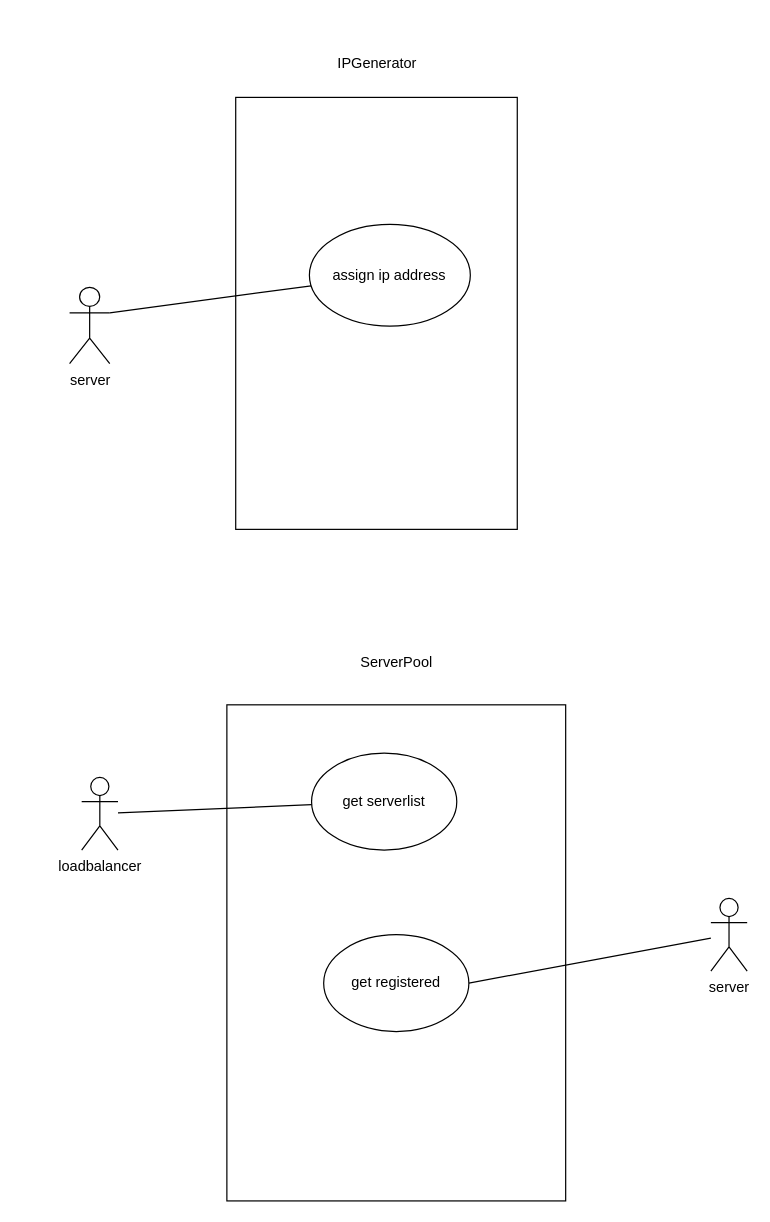
Before: page "initailization-uc" (5 of 7) of pic/logic diagram.drawio in ross39/CS6422-LoadBalancer, a draw.io diagram. Source tidied: cells renumbered, new cells numbered last; positions are measured from the earlier drawing's top-left corner, leaving out a move shared by most shapes. Both pictures are drawn from the tidied source at 121%, with x=0, y=0 at pixel (21, 21).
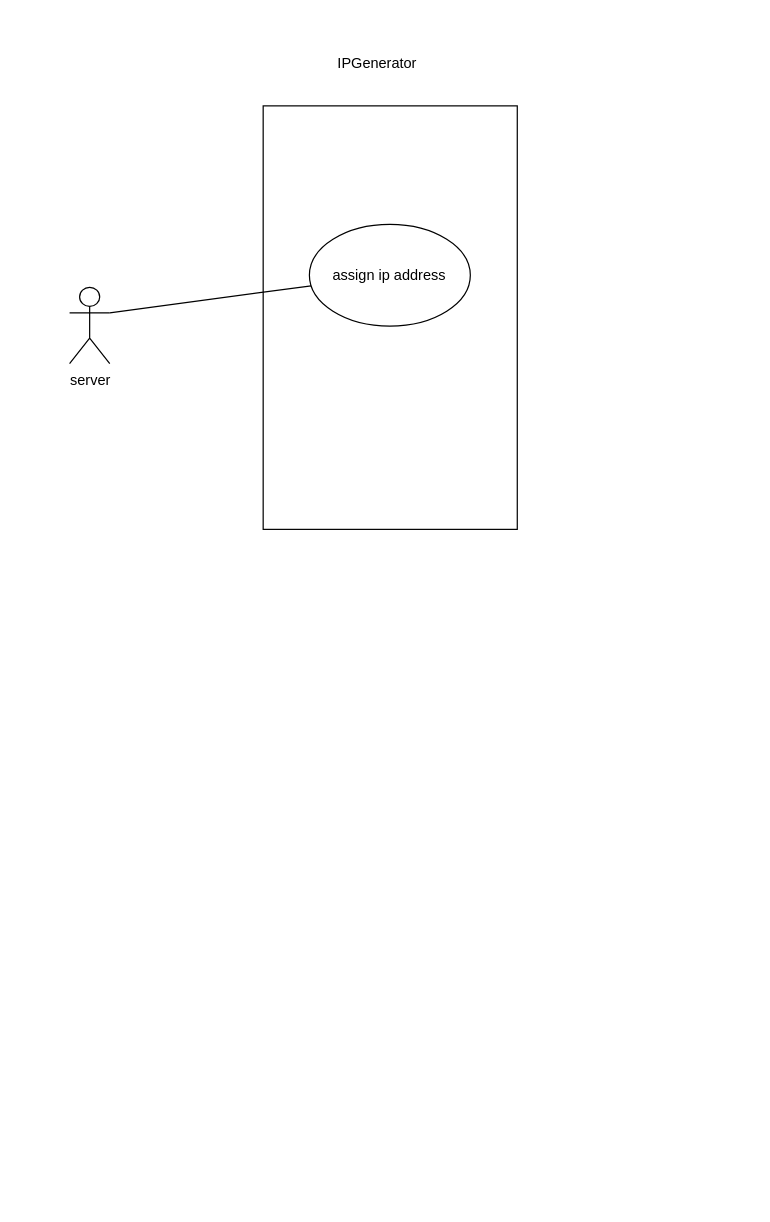
The same diagram, later.

The edit, as a diff of the source:
```diff
@@
 <mxGraphModel>
   <root>
     <mxCell id="0" />
     <mxCell id="1" parent="0" />
-    <mxCell id="2" style="group;" parent="1" vertex="1">
-      <mxGeometry x="50" y="515" width="550" height="460" as="geometry" />
-    </mxCell>
-    <mxCell id="3" style="rounded=0;whiteSpace=wrap;html=1;" parent="2" vertex="1">
-      <mxGeometry x="120" y="50" width="280" height="410" as="geometry" />
-    </mxCell>
-    <mxCell id="4" value="ServerPool" style="text;html=1;align=center;verticalAlign=middle;strokeColor=none;fillColor=none;" parent="2" vertex="1">
-      <mxGeometry x="220" width="80" height="30" as="geometry" />
-    </mxCell>
-    <mxCell id="5" value="loadbalancer" style="shape=umlActor;verticalLabelPosition=bottom;verticalAlign=top;html=1;outlineConnect=0;" parent="2" vertex="1">
-      <mxGeometry y="110" width="30" height="60" as="geometry" />
-    </mxCell>
-    <mxCell id="6" value="get serverlist" style="ellipse;whiteSpace=wrap;html=1;" parent="2" vertex="1">
-      <mxGeometry x="190" y="90" width="120" height="80" as="geometry" />
-    </mxCell>
-    <mxCell id="7" style="rounded=0;jettySize=auto;html=1;endArrow=0;" parent="2" edge="1" source="5" target="6">
-      <mxGeometry relative="1" as="geometry" />
-    </mxCell>
-    <mxCell id="8" value="server" style="shape=umlActor;verticalLabelPosition=bottom;verticalAlign=top;html=1;outlineConnect=0;" parent="2" vertex="1">
-      <mxGeometry x="520" y="210" width="30" height="60" as="geometry" />
-    </mxCell>
-    <mxCell id="9" value="get registered" style="ellipse;whiteSpace=wrap;html=1;" parent="2" vertex="1">
-      <mxGeometry x="200" y="240" width="120" height="80" as="geometry" />
-    </mxCell>
-    <mxCell id="10" style="rounded=0;jettySize=auto;html=1;entryX=1;entryY=0.5;entryDx=0;entryDy=0;endArrow=0;" parent="2" edge="1" source="8" target="9">
-      <mxGeometry relative="1" as="geometry" />
-    </mxCell>
     <mxCell id="11" style="group;" parent="1" vertex="1">
       <mxGeometry width="410" height="420" as="geometry" />
     </mxCell>
     <mxCell id="12" value="IPGenerator" style="text;html=1;align=center;verticalAlign=middle;strokeColor=none;fillColor=none;" parent="11" vertex="1">
       <mxGeometry x="248.7" y="20" width="90" height="30" as="geometry" />
     </mxCell>
     <mxCell id="13" style="rounded=0;whiteSpace=wrap;html=1;" parent="11" vertex="1">
-      <mxGeometry x="177.3" y="63" width="232.7" height="357" as="geometry" />
+      <mxGeometry x="200" y="70" width="210" height="350" as="geometry" />
     </mxCell>
     <mxCell id="14" value="assign ip address" style="ellipse;whiteSpace=wrap;html=1;" parent="11" vertex="1">
       <mxGeometry x="238.2" y="168" width="133" height="84" as="geometry" />
     </mxCell>
     <mxCell id="15" style="rounded=0;jettySize=auto;html=1;exitX=1;exitY=0.3333333333333333;exitDx=0;exitDy=0;exitPerimeter=0;endArrow=0;" parent="11" edge="1" source="16" target="14">
       <mxGeometry relative="1" as="geometry" />
     </mxCell>
     <mxCell id="16" value="server" style="shape=umlActor;verticalLabelPosition=bottom;verticalAlign=top;html=1;outlineConnect=0;" parent="11" vertex="1">
       <mxGeometry x="40" y="220" width="33.2" height="63" as="geometry" />
     </mxCell>
   </root>
 </mxGraphModel>
```
